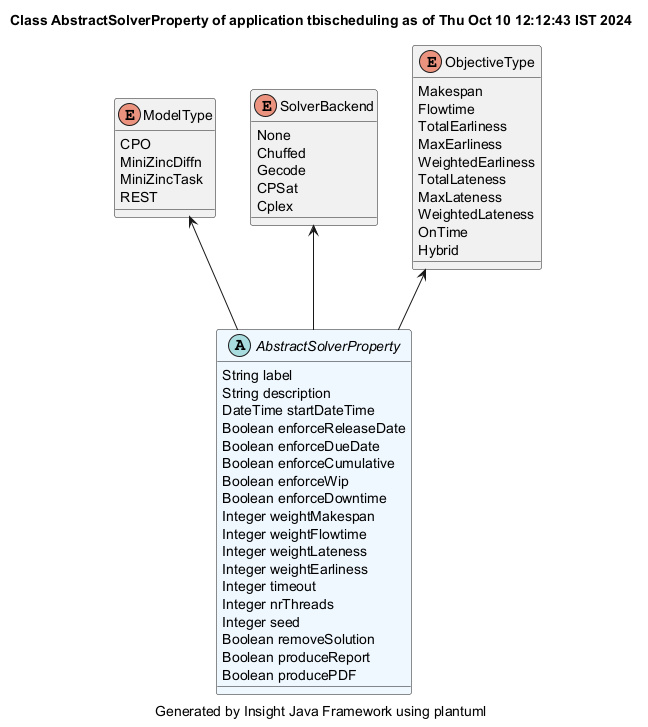
Before: demonstrator/tbischeduling/site/plantuml/AbstractSolverProperty.png, a diagram exported from PlantUML (hsimonis/schedulingtraining).
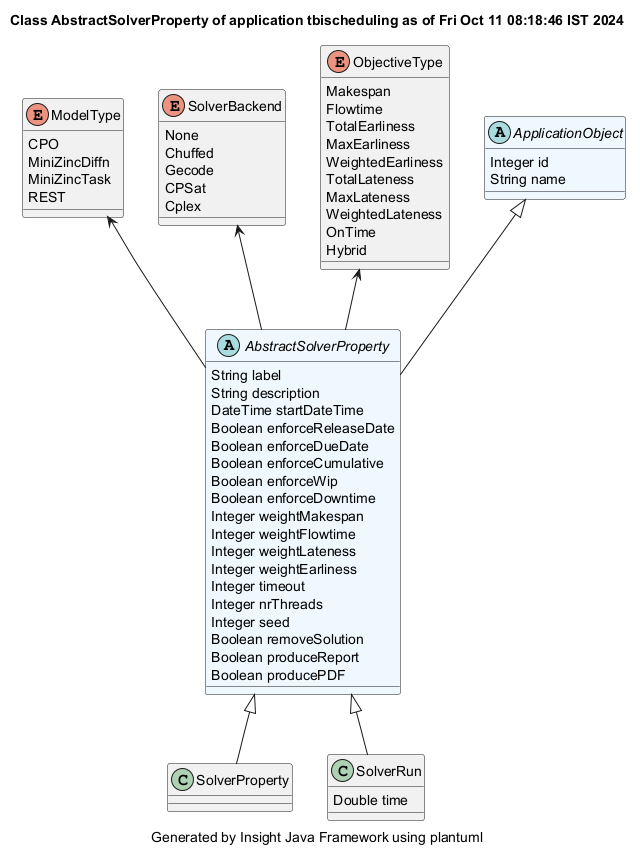
After the change.

Change to the diagram source:
```diff
@@ -1,5 +1,5 @@
 @startuml
-title Class AbstractSolverProperty of application tbischeduling as of Thu Oct 10 12:12:43 IST 2024
+title Class AbstractSolverProperty of application tbischeduling as of Fri Oct 11 08:18:46 IST 2024
 caption Generated by Insight Java Framework using plantuml
 abstract AbstractSolverProperty #aliceblue
 AbstractSolverProperty : String label
@@ -46,4 +46,16 @@
 ObjectiveType : OnTime
 ObjectiveType : Hybrid
 ObjectiveType <-- AbstractSolverProperty
+abstract ApplicationObject #aliceblue
+ApplicationObject : Integer id
+ApplicationObject : String name
+
+ApplicationObject <|-- AbstractSolverProperty
+class SolverProperty
+
+AbstractSolverProperty <|-- SolverProperty
+class SolverRun
+SolverRun : Double time
+
+AbstractSolverProperty <|-- SolverRun
 @enduml
```
